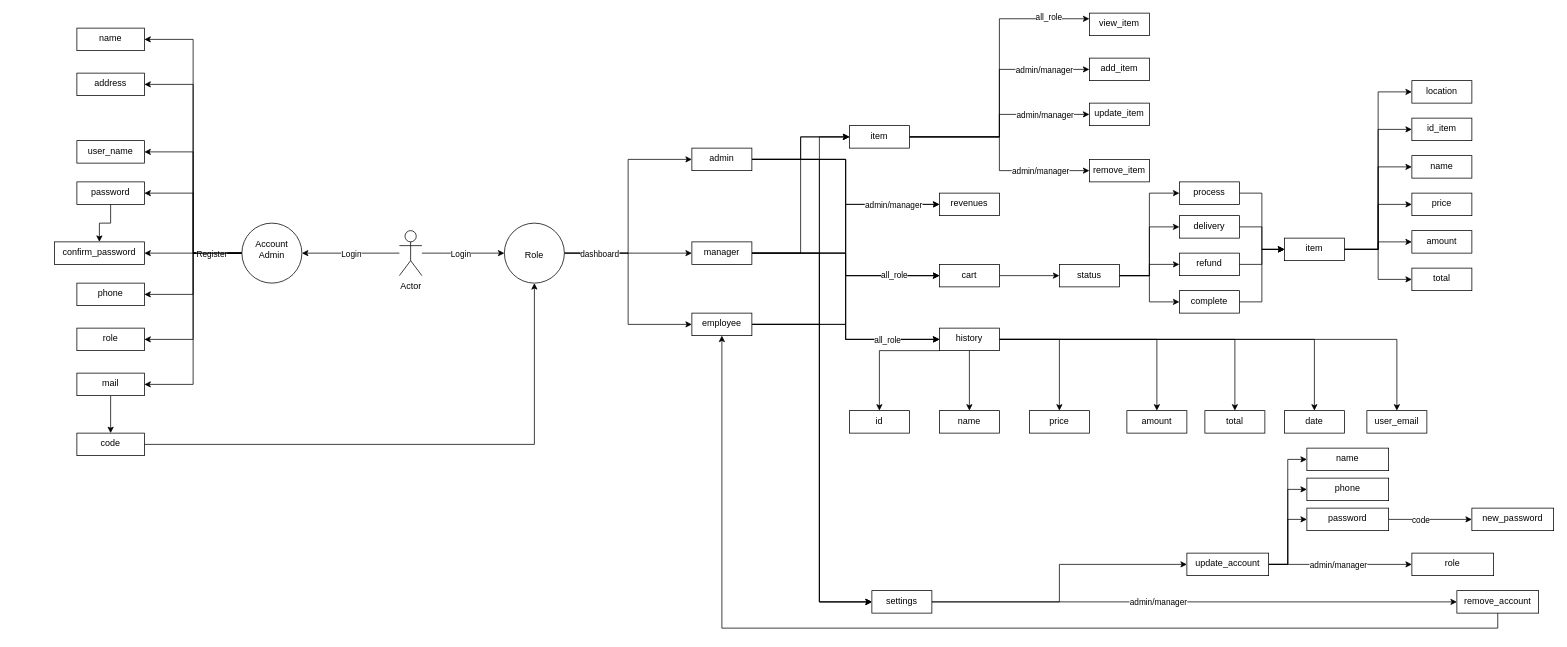
Above: diagram/dashboard.drawio in quanber123/stores-api (draw.io), before the change. Source tidied: cells renumbered, new cells numbered last; positions are measured from the earlier drawing's top-left corner, leaving out a move shared by most shapes. Both pictures are drawn from the tidied source at 75%, with x=0, y=0 at pixel (54, 13).
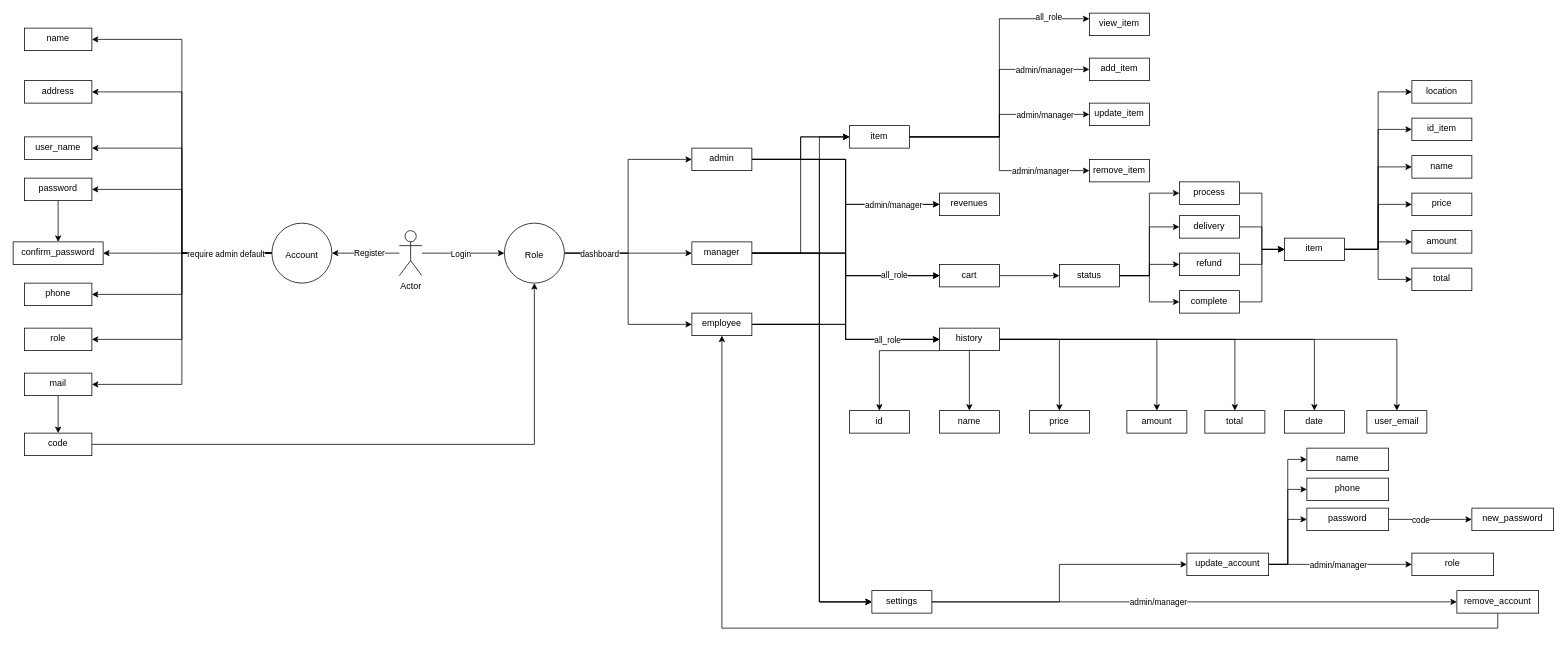
The same page after the edit.

Commit message (it also covers changes not shown here):
Cập nhật dashboard.drawio

Unchanged cells that the change refers to:
```xml
<mxCell id="4" style="edgeStyle=orthogonalEdgeStyle;rounded=0;jettySize=auto;html=1;" parent="1" edge="1" source="6" target="31">
  <mxGeometry relative="1" as="geometry" />
</mxCell>
<mxCell id="27" style="edgeStyle=orthogonalEdgeStyle;rounded=0;jettySize=auto;html=1;entryX=1;entryY=0.5;entryDx=0;entryDy=0;" parent="1" edge="1" source="31" target="19">
  <mxGeometry relative="1" as="geometry" />
</mxCell>
```

Diff of the diagram source:
```diff
@@
-    <mxCell id="5" value="Login" style="edgeLabel;html=1;align=center;verticalAlign=middle;" parent="4" vertex="1">
-      <mxGeometry relative="1" as="geometry" />
-    </mxCell>
+    <mxCell id="28" value="Register" style="edgeLabel;html=1;align=center;verticalAlign=middle;" parent="4" vertex="1">
+      <mxGeometry x="-0.08" y="-1" relative="1" as="geometry" />
+    </mxCell>
@@
     <mxCell id="12" value="user_name" style="whiteSpace=wrap;html=1;verticalAlign=top;" parent="1" vertex="1">
-      <mxGeometry x="30" y="170" width="90" height="30" as="geometry" />
+      <mxGeometry x="-40" y="165" width="90" height="30" as="geometry" />
     </mxCell>
@@
     <mxCell id="14" value="password" style="whiteSpace=wrap;html=1;verticalAlign=top;" parent="1" vertex="1">
-      <mxGeometry x="30" y="225" width="90" height="30" as="geometry" />
+      <mxGeometry x="-40" y="220" width="90" height="30" as="geometry" />
     </mxCell>
     <mxCell id="15" value="confirm_password" style="whiteSpace=wrap;html=1;verticalAlign=top;" parent="1" vertex="1">
-      <mxGeometry y="305" width="120" height="30" as="geometry" />
+      <mxGeometry x="-55" y="305" width="120" height="30" as="geometry" />
     </mxCell>
     <mxCell id="16" value="phone" style="whiteSpace=wrap;html=1;verticalAlign=top;" parent="1" vertex="1">
-      <mxGeometry x="30" y="360" width="90" height="30" as="geometry" />
+      <mxGeometry x="-40" y="360" width="90" height="30" as="geometry" />
     </mxCell>
     <mxCell id="17" value="name" style="whiteSpace=wrap;html=1;verticalAlign=top;" parent="1" vertex="1">
-      <mxGeometry x="30" y="20" width="90" height="30" as="geometry" />
+      <mxGeometry x="-40" y="20" width="90" height="30" as="geometry" />
     </mxCell>
@@
     <mxCell id="19" value="mail" style="whiteSpace=wrap;html=1;verticalAlign=top;" parent="1" vertex="1">
-      <mxGeometry x="30" y="480" width="90" height="30" as="geometry" />
+      <mxGeometry x="-40" y="480" width="90" height="30" as="geometry" />
     </mxCell>
@@
     <mxCell id="21" value="code" style="whiteSpace=wrap;html=1;verticalAlign=top;" parent="1" vertex="1">
-      <mxGeometry x="30" y="560" width="90" height="30" as="geometry" />
+      <mxGeometry x="-40" y="560" width="90" height="30" as="geometry" />
     </mxCell>
@@
-    <mxCell id="28" value="Register" style="edgeLabel;html=1;align=center;verticalAlign=middle;" parent="27" vertex="1">
-      <mxGeometry x="-0.63" relative="1" as="geometry">
-        <mxPoint x="15" as="offset" />
-      </mxGeometry>
-    </mxCell>
@@
-    <mxCell id="31" value="&lt;br&gt;Account Admin" style="ellipse;whiteSpace=wrap;html=1;verticalAlign=top;" parent="1" vertex="1">
-      <mxGeometry x="250" y="280" width="80" height="80" as="geometry" />
+    <mxCell id="31" value="&lt;br&gt;&lt;br&gt;Account" style="ellipse;whiteSpace=wrap;html=1;verticalAlign=top;" parent="1" vertex="1">
+      <mxGeometry x="290" y="280" width="80" height="80" as="geometry" />
     </mxCell>
     <mxCell id="32" value="role" style="whiteSpace=wrap;html=1;verticalAlign=top;" parent="1" vertex="1">
-      <mxGeometry x="30" y="420" width="90" height="30" as="geometry" />
+      <mxGeometry x="-40" y="420" width="90" height="30" as="geometry" />
     </mxCell>
@@
     <mxCell id="91" value="address" style="whiteSpace=wrap;html=1;verticalAlign=top;" parent="1" vertex="1">
-      <mxGeometry x="30" y="80" width="90" height="30" as="geometry" />
+      <mxGeometry x="-40" y="90" width="90" height="30" as="geometry" />
     </mxCell>
@@
+    <mxCell id="130" value="require admin default" style="edgeLabel;html=1;align=center;verticalAlign=middle;" parent="1" vertex="1">
+      <mxGeometry x="370" y="330" as="geometry">
+        <mxPoint x="-142" y="-9" as="offset" />
+      </mxGeometry>
+    </mxCell>
```
